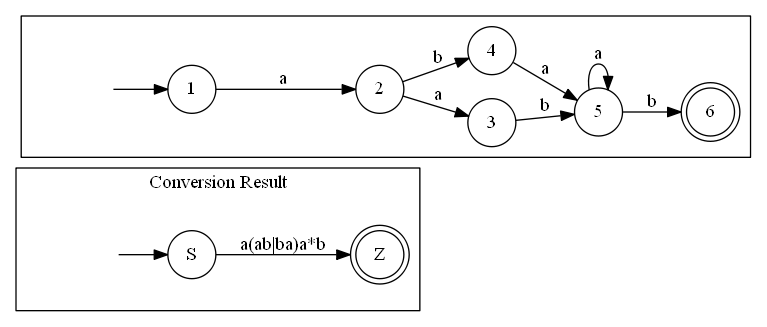
Ynjxsjmh/ynjxsjmh.github.io keeps this Graphviz diagram as img/2019/2019-03-26-dfa-to-re-example.png. Above is the earlier version. Its source is kept beside it as img/2019/2019-03-26-dfa-to-re-example.dot. The source it was exported from:
```dot
digraph G {
    rankdir = "LR";
    node [shape=circle];

    subgraph cluster2 {
        label = "Conversion Result"
        Z [shape=doublecircle]
        begin2 [style=invis];
        begin2 -> S;
        S -> Z [label="a(ab|ba)a*b"];
    }

    subgraph cluster1 {
        6 [shape=doublecircle]

        begin [style=invis];
        begin -> 1;
        1 -> 2 [label="a"];
        2 -> 3 [label="a"];
        2 -> 4 [label="b"];

        3 -> 5 [label="b"];
        4 -> 5 [label="a"];

        5 -> 5 [label="a"];
        5 -> 6 [label="b"];
    }

}
```
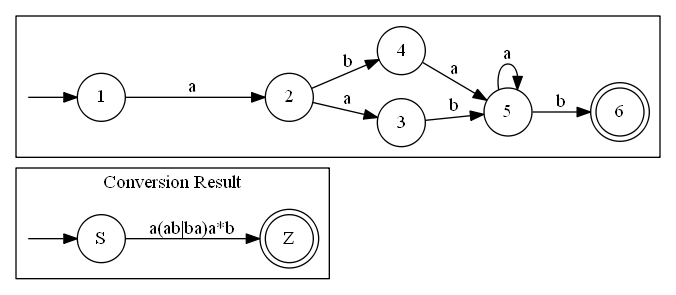
The same diagram one commit later.

The edit, as a diff of the source:
```diff
@@ -5,7 +5,7 @@
     subgraph cluster2 {
         label = "Conversion Result"
         Z [shape=doublecircle]
-        begin2 [style=invis];
+        begin2 [style=invis, fixedsize=true, width=0.01];
         begin2 -> S;
         S -> Z [label="a(ab|ba)a*b"];
     }
@@ -13,7 +13,7 @@
     subgraph cluster1 {
         6 [shape=doublecircle]
 
-        begin [style=invis];
+        begin [style=invis, fixedsize=true, width=0.01];
         begin -> 1;
         1 -> 2 [label="a"];
         2 -> 3 [label="a"];
```
